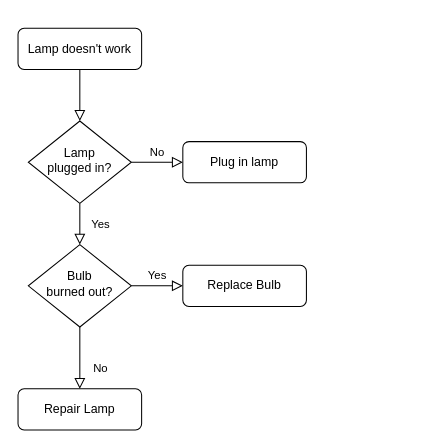
Above: 未命名绘图.drawio in ArthaZeng/DietAI (draw.io), before the change. Source tidied: cells renumbered, new cells numbered last; positions are measured from the earlier drawing's top-left corner, leaving out a move shared by most shapes. Both pictures are drawn from the tidied source at 103%, with x=0, y=0 at pixel (18, 28).
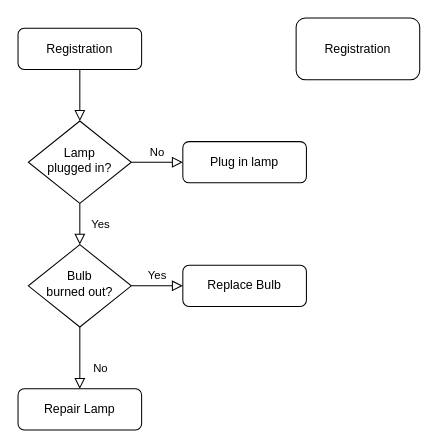
After the change.

What changed in the source:
```diff
@@
 <mxGraphModel>
   <root>
     <mxCell id="0" />
     <mxCell id="1" parent="0" />
     <mxCell id="2" style="rounded=0;html=1;jettySize=auto;fontSize=11;endArrow=block;endFill=0;endSize=8;strokeWidth=1;shadow=0;labelBackgroundColor=none;edgeStyle=orthogonalEdgeStyle;" parent="1" edge="1" source="3" target="6">
       <mxGeometry relative="1" as="geometry" />
     </mxCell>
-    <mxCell id="3" value="Lamp doesn't work" style="rounded=1;whiteSpace=wrap;html=1;fontSize=12;glass=0;strokeWidth=1;shadow=0;" parent="1" vertex="1">
+    <mxCell id="3" value="Registration" style="rounded=1;whiteSpace=wrap;html=1;fontSize=12;glass=0;strokeWidth=1;shadow=0;" parent="1" vertex="1">
       <mxGeometry width="120" height="40" as="geometry" />
     </mxCell>
     <mxCell id="4" value="Yes" style="rounded=0;html=1;jettySize=auto;fontSize=11;endArrow=block;endFill=0;endSize=8;strokeWidth=1;shadow=0;labelBackgroundColor=none;edgeStyle=orthogonalEdgeStyle;" parent="1" edge="1" source="6" target="10">
       <mxGeometry y="20" relative="1" as="geometry" />
     </mxCell>
     <mxCell id="5" value="No" style="edgeStyle=orthogonalEdgeStyle;rounded=0;html=1;jettySize=auto;fontSize=11;endArrow=block;endFill=0;endSize=8;strokeWidth=1;shadow=0;labelBackgroundColor=none;" parent="1" edge="1" source="6" target="7">
       <mxGeometry y="10" relative="1" as="geometry" />
     </mxCell>
     <mxCell id="6" value="Lamp&lt;br&gt;plugged in?" style="rhombus;whiteSpace=wrap;html=1;shadow=0;fontFamily=Helvetica;fontSize=12;align=center;strokeWidth=1;spacing=6;spacingTop=-4;" parent="1" vertex="1">
       <mxGeometry x="10" y="90" width="100" height="80" as="geometry" />
     </mxCell>
     <mxCell id="7" value="Plug in lamp" style="rounded=1;whiteSpace=wrap;html=1;fontSize=12;glass=0;strokeWidth=1;shadow=0;" parent="1" vertex="1">
       <mxGeometry x="160" y="110" width="120" height="40" as="geometry" />
     </mxCell>
     <mxCell id="8" value="No" style="rounded=0;html=1;jettySize=auto;fontSize=11;endArrow=block;endFill=0;endSize=8;strokeWidth=1;shadow=0;labelBackgroundColor=none;edgeStyle=orthogonalEdgeStyle;" parent="1" edge="1" source="10" target="11">
       <mxGeometry x="0.33" y="20" relative="1" as="geometry" />
     </mxCell>
     <mxCell id="9" value="Yes" style="edgeStyle=orthogonalEdgeStyle;rounded=0;html=1;jettySize=auto;fontSize=11;endArrow=block;endFill=0;endSize=8;strokeWidth=1;shadow=0;labelBackgroundColor=none;" parent="1" edge="1" source="10" target="12">
       <mxGeometry y="10" relative="1" as="geometry" />
     </mxCell>
     <mxCell id="10" value="Bulb&lt;br&gt;burned out?" style="rhombus;whiteSpace=wrap;html=1;shadow=0;fontFamily=Helvetica;fontSize=12;align=center;strokeWidth=1;spacing=6;spacingTop=-4;" parent="1" vertex="1">
       <mxGeometry x="10" y="210" width="100" height="80" as="geometry" />
     </mxCell>
     <mxCell id="11" value="Repair Lamp" style="rounded=1;whiteSpace=wrap;html=1;fontSize=12;glass=0;strokeWidth=1;shadow=0;" parent="1" vertex="1">
       <mxGeometry y="350" width="120" height="40" as="geometry" />
     </mxCell>
     <mxCell id="12" value="Replace Bulb" style="rounded=1;whiteSpace=wrap;html=1;fontSize=12;glass=0;strokeWidth=1;shadow=0;" parent="1" vertex="1">
       <mxGeometry x="160" y="230" width="120" height="40" as="geometry" />
     </mxCell>
+    <mxCell id="13" value="Registration" style="rounded=1;whiteSpace=wrap;html=1;" parent="1" vertex="1">
+      <mxGeometry x="270" y="-10" width="120" height="60" as="geometry" />
+    </mxCell>
   </root>
 </mxGraphModel>
```
